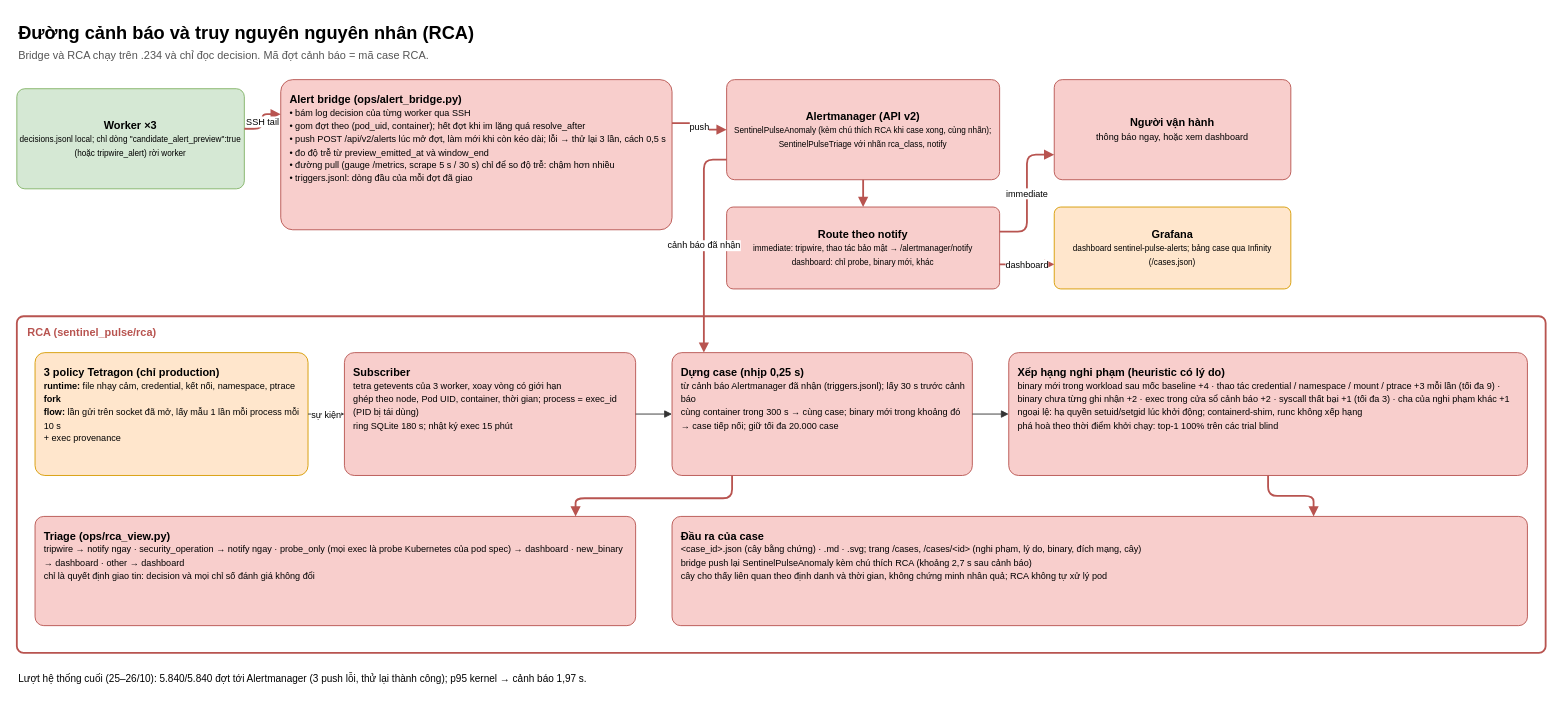
Before: page "4. Cảnh báo và RCA" (4 of 5) of docs/architecture/sentinel-pulse-architecture.drawio in tndat-dev/eBPF-project, a draw.io diagram. Source tidied: cells renumbered, new cells numbered last; positions are measured from the earlier drawing's top-left corner, leaving out a move shared by most shapes. Both pictures are drawn from the tidied source at 91%, with x=0, y=0 at pixel (16, 15).
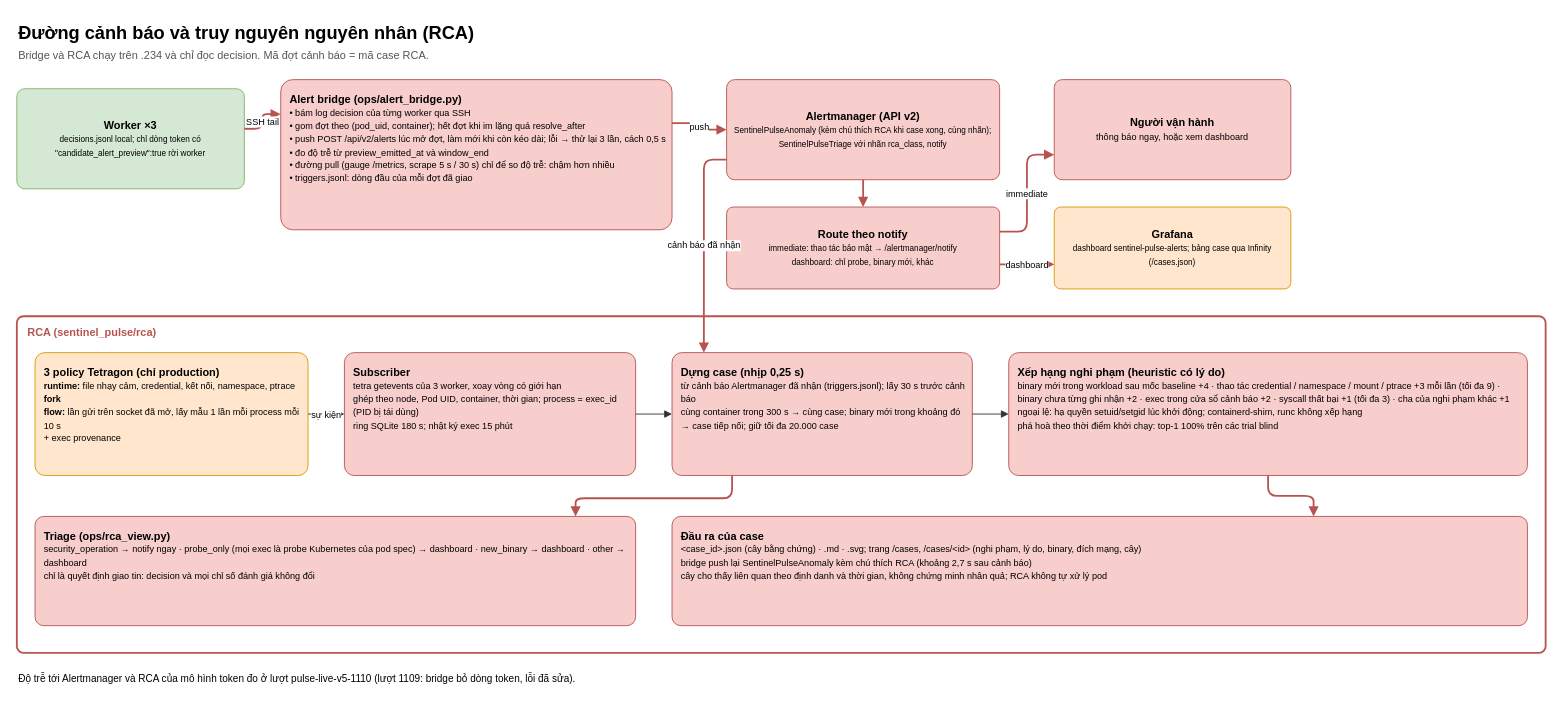
After the change.

Diff of the diagram source:
```diff
@@
-    <mxCell id="4" value="&lt;b&gt;Worker ×3&lt;/b&gt;&lt;br&gt;&lt;font style=&quot;font-size:9px&quot;&gt;decisions.jsonl local; chỉ dòng &quot;candidate_alert_preview&quot;:true (hoặc tripwire_alert) rời worker&lt;/font&gt;" style="rounded=1;whiteSpace=wrap;html=1;fillColor=#D5E8D4;strokeColor=#82B366;arcSize=8;fontSize=12;align=center;spacing=4;" parent="1" vertex="1">
+    <mxCell id="4" value="&lt;b&gt;Worker ×3&lt;/b&gt;&lt;br&gt;&lt;font style=&quot;font-size:9px&quot;&gt;decisions.jsonl local; chỉ dòng token có &quot;candidate_alert_preview&quot;:true rời worker&lt;/font&gt;" style="rounded=1;whiteSpace=wrap;html=1;fillColor=#D5E8D4;strokeColor=#82B366;arcSize=8;fontSize=12;align=center;spacing=4;" parent="1" vertex="1">
       <mxGeometry y="80" width="250" height="110" as="geometry" />
     </mxCell>
@@
-    <mxCell id="7" value="&lt;b&gt;Route theo notify&lt;/b&gt;&lt;br&gt;&lt;font style=&quot;font-size:9px&quot;&gt;immediate: tripwire, thao tác bảo mật → /alertmanager/notify&lt;br&gt;dashboard: chỉ probe, binary mới, khác&lt;/font&gt;" style="rounded=1;whiteSpace=wrap;html=1;fillColor=#F8CECC;strokeColor=#B85450;arcSize=8;fontSize=12;align=center;spacing=4;" parent="1" vertex="1">
+    <mxCell id="7" value="&lt;b&gt;Route theo notify&lt;/b&gt;&lt;br&gt;&lt;font style=&quot;font-size:9px&quot;&gt;immediate: thao tác bảo mật → /alertmanager/notify&lt;br&gt;dashboard: chỉ probe, binary mới, khác&lt;/font&gt;" style="rounded=1;whiteSpace=wrap;html=1;fillColor=#F8CECC;strokeColor=#B85450;arcSize=8;fontSize=12;align=center;spacing=4;" parent="1" vertex="1">
       <mxGeometry x="780" y="210" width="300" height="90" as="geometry" />
     </mxCell>
@@
-    <mxCell id="20" value="&lt;b&gt;Triage (ops/rca_view.py)&lt;/b&gt;&lt;br&gt;&lt;font style=&quot;font-size:10px&quot;&gt;tripwire → notify ngay · security_operation → notify ngay · probe_only (mọi exec là probe Kubernetes của pod spec) → dashboard · new_binary → dashboard · other → dashboard&lt;br&gt;chỉ là quyết định giao tin: decision và mọi chỉ số đánh giá không đổi&lt;/font&gt;" style="rounded=1;whiteSpace=wrap;html=1;fillColor=#F8CECC;strokeColor=#B85450;arcSize=8;fontSize=12;align=left;spacing=4;verticalAlign=top;spacingTop=6;spacingLeft=6;" parent="1" vertex="1">
+    <mxCell id="20" value="&lt;b&gt;Triage (ops/rca_view.py)&lt;/b&gt;&lt;br&gt;&lt;font style=&quot;font-size:10px&quot;&gt;security_operation → notify ngay · probe_only (mọi exec là probe Kubernetes của pod spec) → dashboard · new_binary → dashboard · other → dashboard&lt;br&gt;chỉ là quyết định giao tin: decision và mọi chỉ số đánh giá không đổi&lt;/font&gt;" style="rounded=1;whiteSpace=wrap;html=1;fillColor=#F8CECC;strokeColor=#B85450;arcSize=8;fontSize=12;align=left;spacing=4;verticalAlign=top;spacingTop=6;spacingLeft=6;" parent="1" vertex="1">
       <mxGeometry x="20" y="550" width="660" height="120" as="geometry" />
     </mxCell>
@@
-    <mxCell id="28" value="Lượt hệ thống cuối (25–26/10): 5.840/5.840 đợt tới Alertmanager (3 push lỗi, thử lại thành công); p95 kernel → cảnh báo 1,97 s." style="text;html=1;whiteSpace=wrap;align=left;verticalAlign=top;fontSize=11;" parent="1" vertex="1">
+    <mxCell id="28" value="Độ trễ tới Alertmanager và RCA của mô hình token đo ở lượt pulse-live-v5-1110 (lượt 1109: bridge bỏ dòng token, lỗi đã sửa)." style="text;html=1;whiteSpace=wrap;align=left;verticalAlign=top;fontSize=11;" parent="1" vertex="1">
       <mxGeometry y="715" width="1680" height="40" as="geometry" />
     </mxCell>
```
